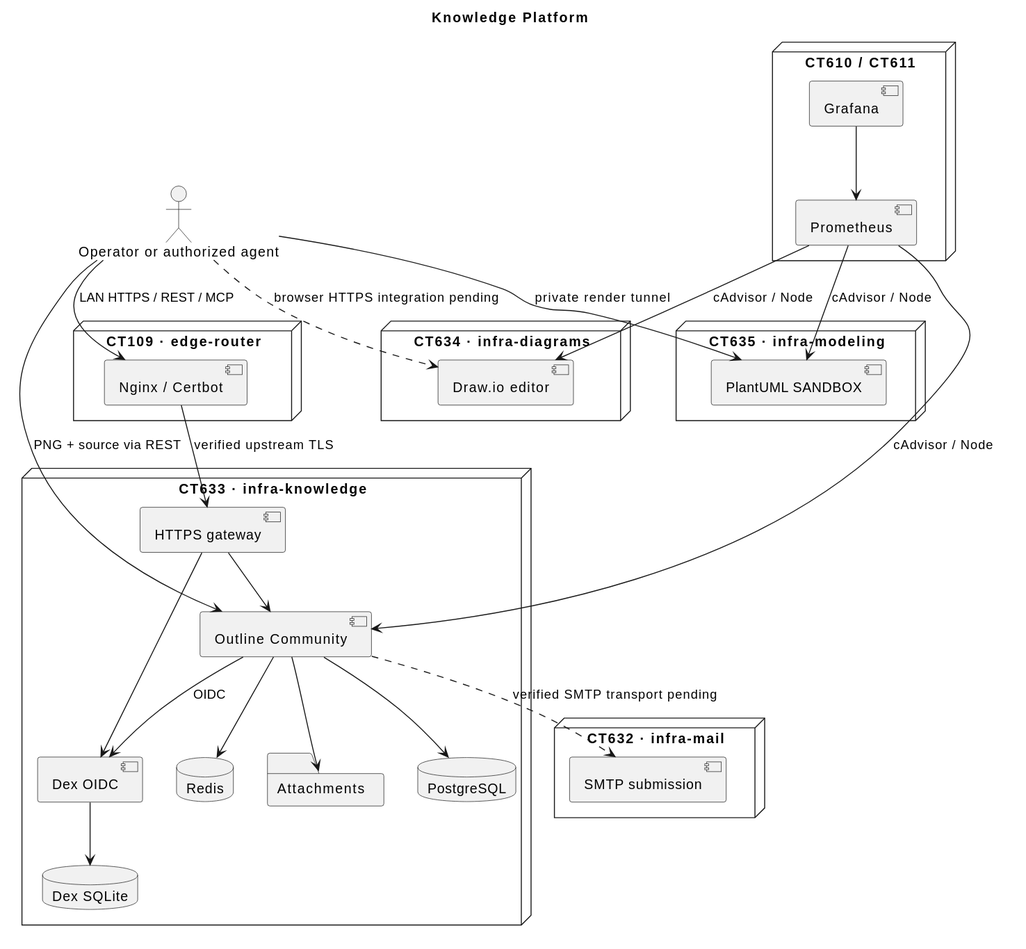
Before: terraform/proxmox/docs/runbooks/knowledge-platform/architecture.svg, a diagram exported from PlantUML (eduardo152030/mailerblend-platform-infra).
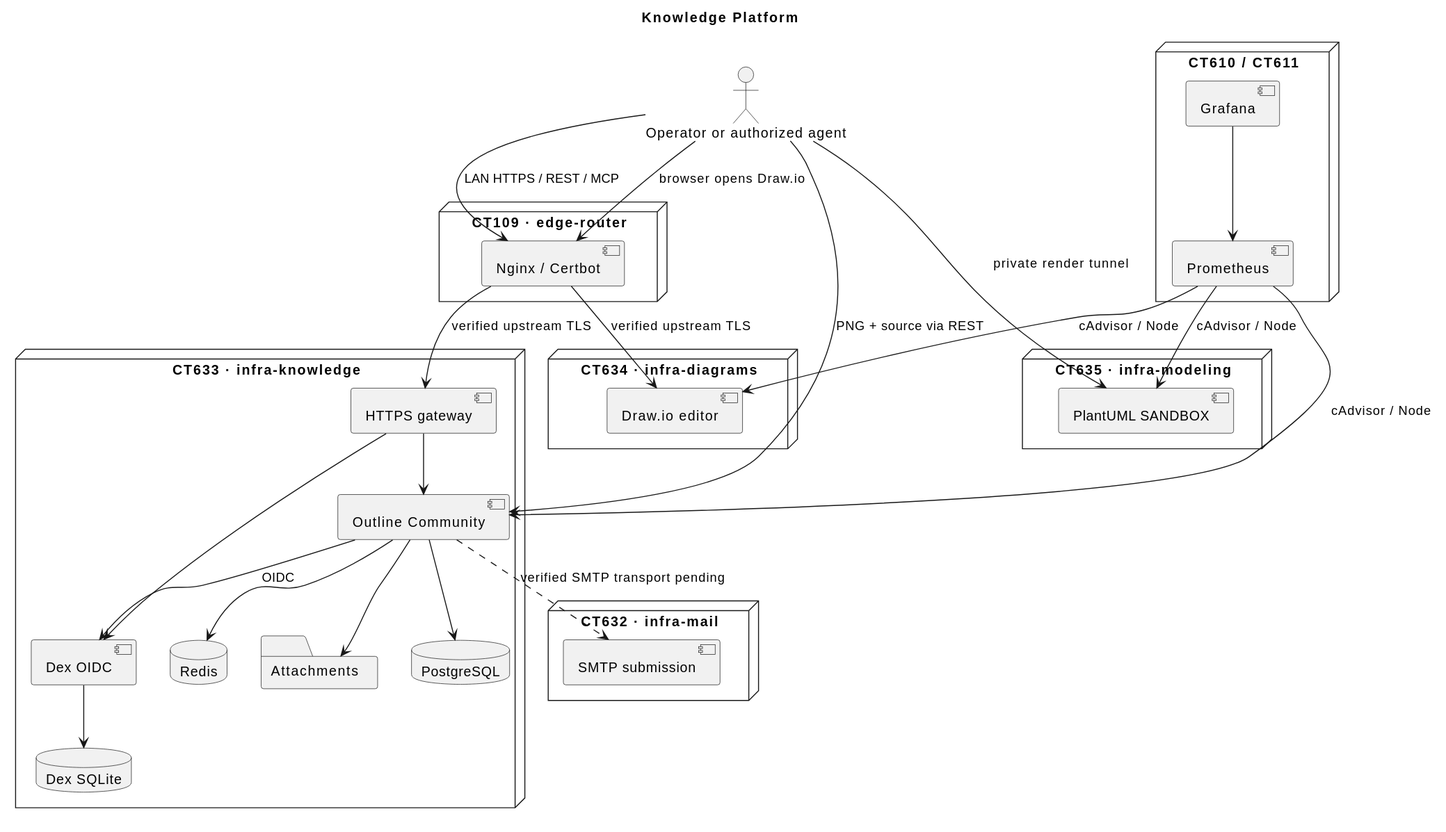
After the commit.

Diff of the diagram source:
```diff
@@ -37,7 +37,8 @@
 dex --> sqlite
 user --> plant : private render tunnel
 user --> wiki : PNG + source via REST
-user ..> draw : browser HTTPS integration pending
+user --> edge : browser opens Draw.io
+edge --> draw : verified upstream TLS
 wiki ..> mail : verified SMTP transport pending
 Prometheus --> plant : cAdvisor / Node
 Prometheus --> wiki : cAdvisor / Node
```
